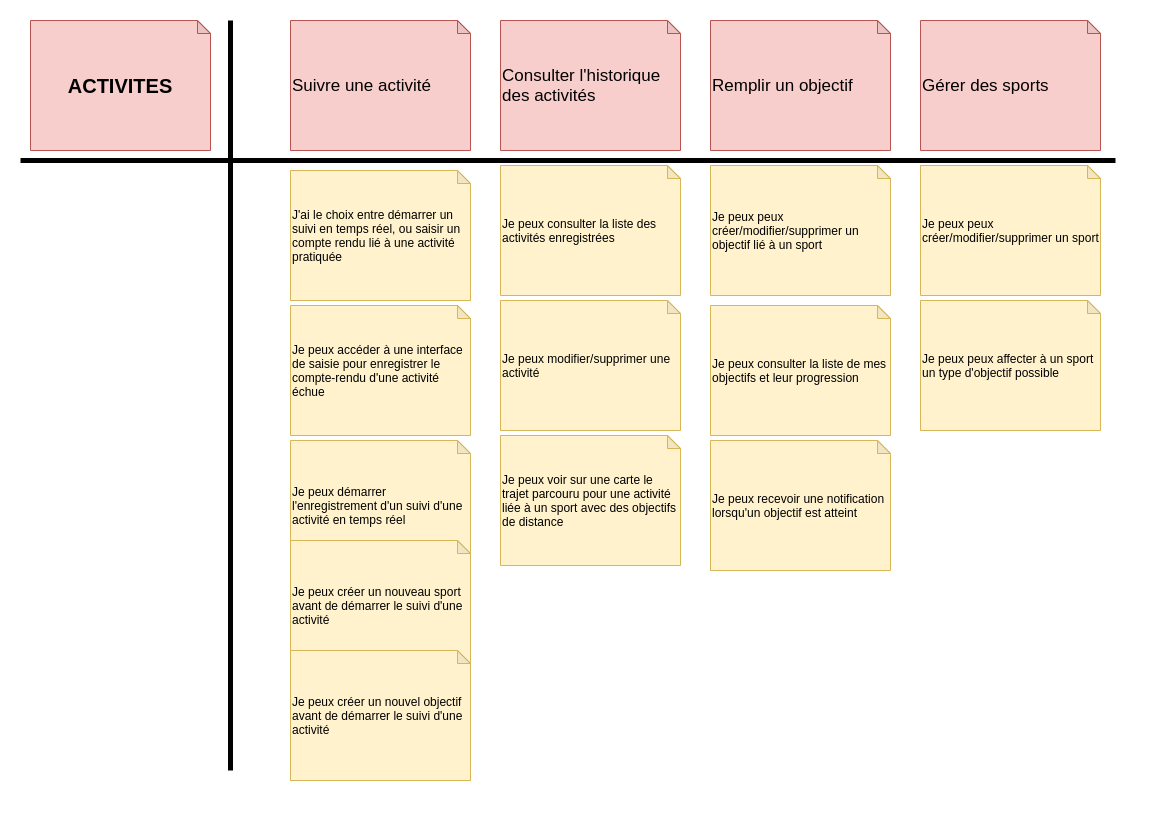
This is analyse/backlog.png from jduplaix/SportTrack, a draw.io export, as it was before one commit. Source tidied: cells renumbered, new cells last; positions are measured from the earlier drawing's top-left corner, leaving out a move shared by most shapes.
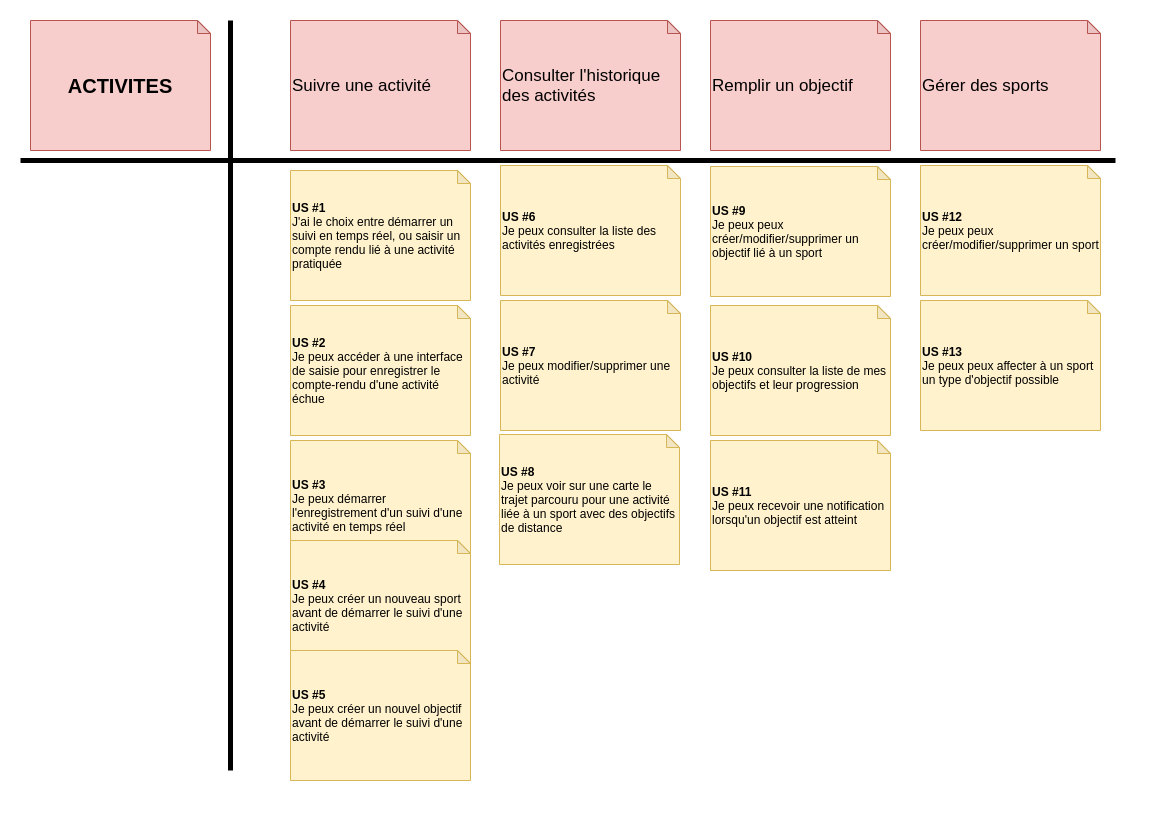
Later version of the same file.

Commit message:
Docs: init backlog + wireframe de l'existant avant modèle RC

Diff of the diagram source:
```diff
@@ -14,37 +14,37 @@
     <mxCell id="5" value="&lt;span style=&quot;font-weight: normal; font-size: 17px;&quot;&gt;Consulter l'historique des activités&lt;/span&gt;" style="shape=note;whiteSpace=wrap;html=1;backgroundOutline=1;darkOpacity=0.05;size=13;align=left;fillColor=#f8cecc;strokeColor=#b85450;fontStyle=1;fontSize=17;" parent="1" vertex="1">
       <mxGeometry x="480" width="180" height="130" as="geometry" />
     </mxCell>
-    <mxCell id="6" value="Je peux modifier/supprimer une activité" style="shape=note;whiteSpace=wrap;html=1;backgroundOutline=1;darkOpacity=0.05;size=13;align=left;fillColor=#fff2cc;strokeColor=#d6b656;" parent="1" vertex="1">
+    <mxCell id="6" value="&lt;b&gt;US #7&lt;/b&gt;&lt;br&gt;Je peux modifier/supprimer une activité" style="shape=note;whiteSpace=wrap;html=1;backgroundOutline=1;darkOpacity=0.05;size=13;align=left;fillColor=#fff2cc;strokeColor=#d6b656;" parent="1" vertex="1">
       <mxGeometry x="480" y="280" width="180" height="130" as="geometry" />
     </mxCell>
-    <mxCell id="7" value="Je peux peux créer/modifier/supprimer un objectif lié à un sport" style="shape=note;whiteSpace=wrap;html=1;backgroundOutline=1;darkOpacity=0.05;size=13;align=left;fillColor=#fff2cc;strokeColor=#d6b656;" parent="1" vertex="1">
-      <mxGeometry x="690" y="145" width="180" height="130" as="geometry" />
+    <mxCell id="7" value="&lt;b&gt;US #9&lt;/b&gt;&lt;br&gt;Je peux peux créer/modifier/supprimer un objectif lié à un sport" style="shape=note;whiteSpace=wrap;html=1;backgroundOutline=1;darkOpacity=0.05;size=13;align=left;fillColor=#fff2cc;strokeColor=#d6b656;" parent="1" vertex="1">
+      <mxGeometry x="690" y="146" width="180" height="130" as="geometry" />
     </mxCell>
-    <mxCell id="8" value="Je peux consulter la liste de mes objectifs et leur progression" style="shape=note;whiteSpace=wrap;html=1;backgroundOutline=1;darkOpacity=0.05;size=13;align=left;fillColor=#fff2cc;strokeColor=#d6b656;" parent="1" vertex="1">
+    <mxCell id="8" value="&lt;b&gt;US #10&lt;/b&gt;&lt;br&gt;Je peux consulter la liste de mes objectifs et leur progression" style="shape=note;whiteSpace=wrap;html=1;backgroundOutline=1;darkOpacity=0.05;size=13;align=left;fillColor=#fff2cc;strokeColor=#d6b656;" parent="1" vertex="1">
       <mxGeometry x="690" y="285" width="180" height="130" as="geometry" />
     </mxCell>
-    <mxCell id="9" value="Je peux recevoir une notification lorsqu'un objectif est atteint" style="shape=note;whiteSpace=wrap;html=1;backgroundOutline=1;darkOpacity=0.05;size=13;align=left;fillColor=#fff2cc;strokeColor=#d6b656;" parent="1" vertex="1">
+    <mxCell id="9" value="&lt;b&gt;US #11&lt;/b&gt;&lt;br&gt;Je peux recevoir une notification lorsqu'un objectif est atteint" style="shape=note;whiteSpace=wrap;html=1;backgroundOutline=1;darkOpacity=0.05;size=13;align=left;fillColor=#fff2cc;strokeColor=#d6b656;" parent="1" vertex="1">
       <mxGeometry x="690" y="420" width="180" height="130" as="geometry" />
     </mxCell>
-    <mxCell id="10" value="J'ai le choix entre démarrer un suivi en temps réel, ou saisir un compte rendu lié à une activité pratiquée" style="shape=note;whiteSpace=wrap;html=1;backgroundOutline=1;darkOpacity=0.05;size=13;align=left;fillColor=#fff2cc;strokeColor=#d6b656;" parent="1" vertex="1">
+    <mxCell id="10" value="&lt;b&gt;US #1&lt;/b&gt;&lt;br&gt;J'ai le choix entre démarrer un suivi en temps réel, ou saisir un compte rendu lié à une activité pratiquée" style="shape=note;whiteSpace=wrap;html=1;backgroundOutline=1;darkOpacity=0.05;size=13;align=left;fillColor=#fff2cc;strokeColor=#d6b656;" parent="1" vertex="1">
       <mxGeometry x="270" y="150" width="180" height="130" as="geometry" />
     </mxCell>
-    <mxCell id="11" value="Je peux consulter la liste des activités enregistrées" style="shape=note;whiteSpace=wrap;html=1;backgroundOutline=1;darkOpacity=0.05;size=13;align=left;fillColor=#fff2cc;strokeColor=#d6b656;" parent="1" vertex="1">
+    <mxCell id="11" value="&lt;b&gt;US #6&lt;/b&gt;&lt;br&gt;Je peux consulter la liste des activités enregistrées" style="shape=note;whiteSpace=wrap;html=1;backgroundOutline=1;darkOpacity=0.05;size=13;align=left;fillColor=#fff2cc;strokeColor=#d6b656;" parent="1" vertex="1">
       <mxGeometry x="480" y="145" width="180" height="130" as="geometry" />
     </mxCell>
-    <mxCell id="12" value="Je peux peux créer/modifier/supprimer un sport" style="shape=note;whiteSpace=wrap;html=1;backgroundOutline=1;darkOpacity=0.05;size=13;align=left;fillColor=#fff2cc;strokeColor=#d6b656;" parent="1" vertex="1">
+    <mxCell id="12" value="&lt;b&gt;US #12&lt;/b&gt;&lt;br&gt;Je peux peux créer/modifier/supprimer un sport" style="shape=note;whiteSpace=wrap;html=1;backgroundOutline=1;darkOpacity=0.05;size=13;align=left;fillColor=#fff2cc;strokeColor=#d6b656;" parent="1" vertex="1">
       <mxGeometry x="900" y="145" width="180" height="130" as="geometry" />
     </mxCell>
-    <mxCell id="13" value="Je peux peux affecter à un sport un type d'objectif possible" style="shape=note;whiteSpace=wrap;html=1;backgroundOutline=1;darkOpacity=0.05;size=13;align=left;fillColor=#fff2cc;strokeColor=#d6b656;" parent="1" vertex="1">
+    <mxCell id="13" value="&lt;b&gt;US #13&lt;/b&gt;&lt;br&gt;Je peux peux affecter à un sport un type d'objectif possible" style="shape=note;whiteSpace=wrap;html=1;backgroundOutline=1;darkOpacity=0.05;size=13;align=left;fillColor=#fff2cc;strokeColor=#d6b656;" parent="1" vertex="1">
       <mxGeometry x="900" y="280" width="180" height="130" as="geometry" />
     </mxCell>
-    <mxCell id="14" value="Je peux voir sur une carte le trajet parcouru pour une activité liée à un sport avec des objectifs de distance" style="shape=note;whiteSpace=wrap;html=1;backgroundOutline=1;darkOpacity=0.05;size=13;align=left;fillColor=#fff2cc;strokeColor=#d6b656;" parent="1" vertex="1">
-      <mxGeometry x="480" y="415" width="180" height="130" as="geometry" />
+    <mxCell id="14" value="&lt;b&gt;US #8&lt;/b&gt;&lt;br&gt;Je peux voir sur une carte le trajet parcouru pour une activité liée à un sport avec des objectifs de distance" style="shape=note;whiteSpace=wrap;html=1;backgroundOutline=1;darkOpacity=0.05;size=13;align=left;fillColor=#fff2cc;strokeColor=#d6b656;" parent="1" vertex="1">
+      <mxGeometry x="479" y="414" width="180" height="130" as="geometry" />
     </mxCell>
-    <mxCell id="15" value="Je peux accéder à une interface de saisie pour enregistrer le compte-rendu d'une activité échue" style="shape=note;whiteSpace=wrap;html=1;backgroundOutline=1;darkOpacity=0.05;size=13;align=left;fillColor=#fff2cc;strokeColor=#d6b656;" parent="1" vertex="1">
+    <mxCell id="15" value="&lt;b&gt;US #2&lt;/b&gt;&lt;br&gt;Je peux accéder à une interface de saisie pour enregistrer le compte-rendu d'une activité échue" style="shape=note;whiteSpace=wrap;html=1;backgroundOutline=1;darkOpacity=0.05;size=13;align=left;fillColor=#fff2cc;strokeColor=#d6b656;" parent="1" vertex="1">
       <mxGeometry x="270" y="285" width="180" height="130" as="geometry" />
     </mxCell>
-    <mxCell id="16" value="Je peux démarrer l'enregistrement d'un suivi d'une activité en temps réel" style="shape=note;whiteSpace=wrap;html=1;backgroundOutline=1;darkOpacity=0.05;size=13;align=left;fillColor=#fff2cc;strokeColor=#d6b656;" parent="1" vertex="1">
+    <mxCell id="16" value="&lt;b&gt;US #3&lt;/b&gt;&lt;br&gt;Je peux démarrer l'enregistrement d'un suivi d'une activité en temps réel" style="shape=note;whiteSpace=wrap;html=1;backgroundOutline=1;darkOpacity=0.05;size=13;align=left;fillColor=#fff2cc;strokeColor=#d6b656;" parent="1" vertex="1">
       <mxGeometry x="270" y="420" width="180" height="130" as="geometry" />
     </mxCell>
     <mxCell id="17" value="&lt;b style=&quot;font-size: 20px;&quot;&gt;ACTIVITES&lt;/b&gt;" style="shape=note;whiteSpace=wrap;html=1;backgroundOutline=1;darkOpacity=0.05;size=13;align=center;fillColor=#f8cecc;strokeColor=#b85450;fontSize=20;" parent="1" vertex="1">
@@ -56,10 +56,10 @@
         <mxPoint x="1095" y="140" as="targetPoint" />
       </mxGeometry>
     </mxCell>
-    <mxCell id="19" value="Je peux créer un nouveau sport avant de démarrer le suivi d'une activité" style="shape=note;whiteSpace=wrap;html=1;backgroundOutline=1;darkOpacity=0.05;size=13;align=left;fillColor=#fff2cc;strokeColor=#d6b656;" parent="1" vertex="1">
+    <mxCell id="19" value="&lt;b&gt;US #4&lt;/b&gt;&lt;br&gt;Je peux créer un nouveau sport avant de démarrer le suivi d'une activité" style="shape=note;whiteSpace=wrap;html=1;backgroundOutline=1;darkOpacity=0.05;size=13;align=left;fillColor=#fff2cc;strokeColor=#d6b656;" parent="1" vertex="1">
       <mxGeometry x="270" y="520" width="180" height="130" as="geometry" />
     </mxCell>
-    <mxCell id="20" value="Je peux créer un nouvel objectif avant de démarrer le suivi d'une activité" style="shape=note;whiteSpace=wrap;html=1;backgroundOutline=1;darkOpacity=0.05;size=13;align=left;fillColor=#fff2cc;strokeColor=#d6b656;" parent="1" vertex="1">
+    <mxCell id="20" value="&lt;b&gt;US #5&lt;/b&gt;&lt;br&gt;Je peux créer un nouvel objectif avant de démarrer le suivi d'une activité" style="shape=note;whiteSpace=wrap;html=1;backgroundOutline=1;darkOpacity=0.05;size=13;align=left;fillColor=#fff2cc;strokeColor=#d6b656;" parent="1" vertex="1">
       <mxGeometry x="270" y="630" width="180" height="130" as="geometry" />
     </mxCell>
     <mxCell id="21" style="endArrow=none;html=1;fontSize=17;strokeWidth=5;" parent="1" edge="1">
```
